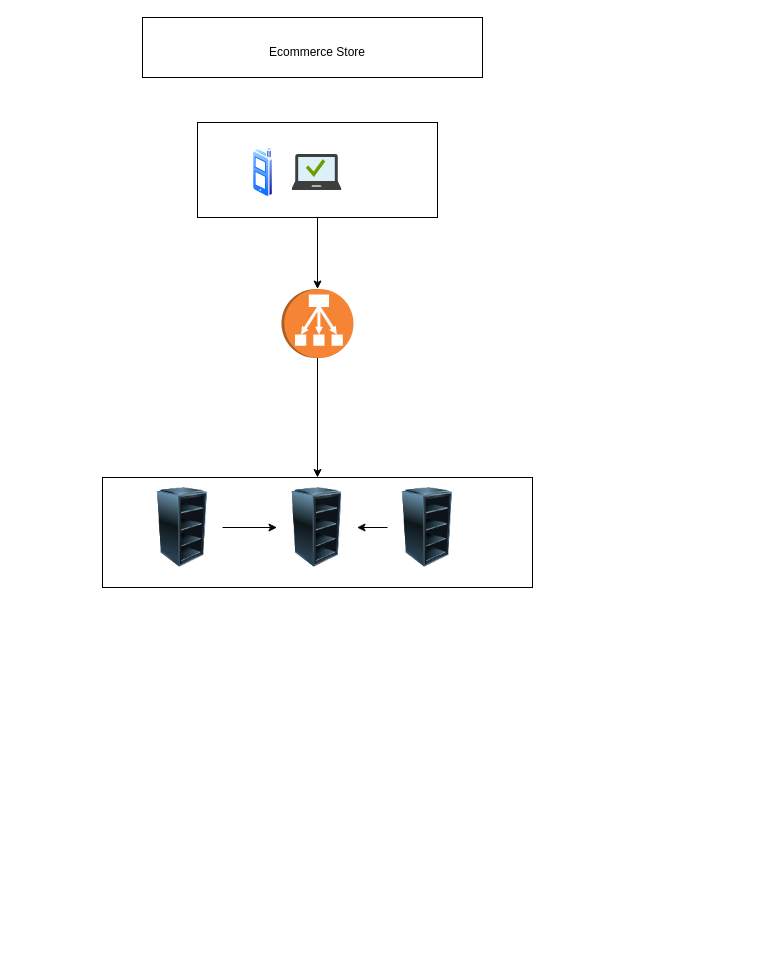
Before: page "Page-2" (2 of 2) of Beginner/Untitled Diagram.drawio in Carrington-dev/system-design, a draw.io diagram. Source tidied: cells renumbered, new cells numbered last; positions are measured from the earlier drawing's top-left corner, leaving out a move shared by most shapes. Both pictures are drawn from the tidied source at 100%, with x=0, y=0 at pixel (17, 17).
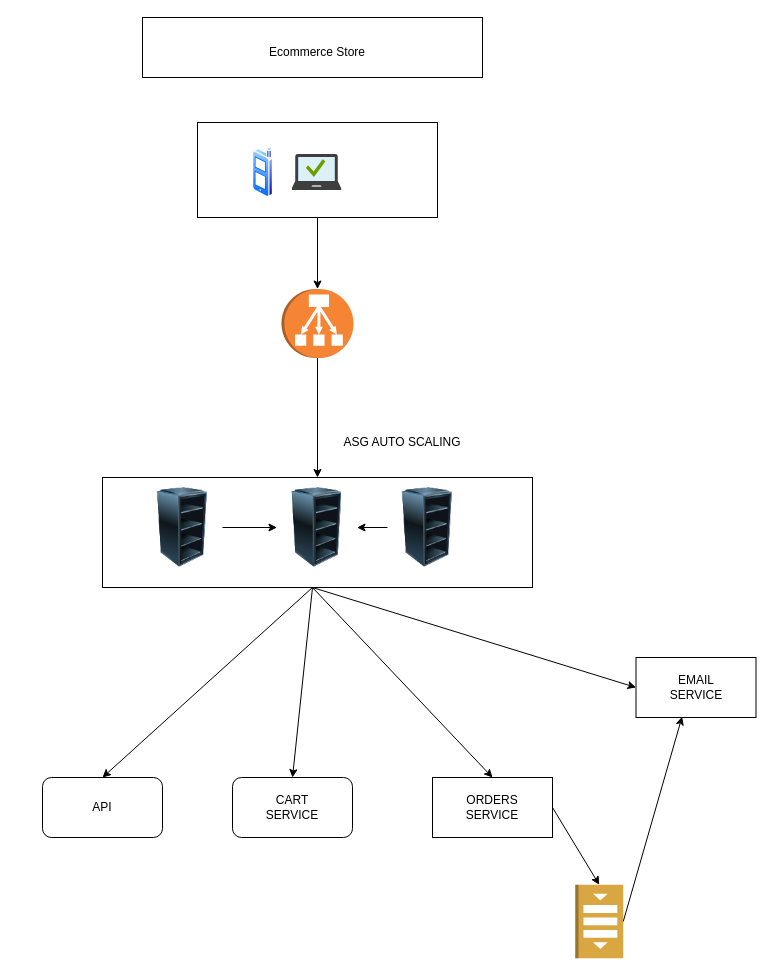
Above is the later version.

Commit message:
Update Store ASG Diagram.drawio

The edit, as a diff of the source:
```diff
@@
+    <mxCell id="16" value="API" style="rounded=1;whiteSpace=wrap;html=1;" parent="1" vertex="1">
+      <mxGeometry x="25" y="760" width="120" height="60" as="geometry" />
+    </mxCell>
+    <mxCell id="17" value="CART&lt;div&gt;SERVICE&lt;/div&gt;" style="rounded=1;whiteSpace=wrap;html=1;" parent="1" vertex="1">
+      <mxGeometry x="215" y="760" width="120" height="60" as="geometry" />
+    </mxCell>
+    <mxCell id="18" style="endArrow=classic;html=1;rounded=0;entryX=0.5;entryY=0;entryDx=0;entryDy=0;" parent="1" edge="1" target="16">
+      <mxGeometry relative="1" as="geometry">
+        <mxPoint x="295" y="570" as="sourcePoint" />
+      </mxGeometry>
+    </mxCell>
+    <mxCell id="19" style="endArrow=classic;html=1;rounded=0;entryX=0.5;entryY=0;entryDx=0;entryDy=0;" parent="1" edge="1" target="17">
+      <mxGeometry relative="1" as="geometry">
+        <mxPoint x="295" y="570" as="sourcePoint" />
+      </mxGeometry>
+    </mxCell>
+    <mxCell id="20" value="ORDERS&lt;div&gt;SERVICE&lt;/div&gt;" style="rounded=0;whiteSpace=wrap;html=1;" parent="1" vertex="1">
+      <mxGeometry x="415" y="760" width="120" height="60" as="geometry" />
+    </mxCell>
+    <mxCell id="21" style="endArrow=classic;html=1;rounded=0;entryX=0.5;entryY=0;entryDx=0;entryDy=0;" parent="1" edge="1" target="20">
+      <mxGeometry relative="1" as="geometry">
+        <mxPoint x="295" y="570" as="sourcePoint" />
+      </mxGeometry>
+    </mxCell>
+    <mxCell id="22" style="endArrow=classic;html=1;rounded=0;entryX=0;entryY=0.5;entryDx=0;entryDy=0;entryPerimeter=0;" parent="1" edge="1" target="23">
+      <mxGeometry relative="1" as="geometry">
+        <mxPoint x="535" y="790" as="sourcePoint" />
+      </mxGeometry>
+    </mxCell>
+    <mxCell id="23" style="outlineConnect=0;dashed=0;verticalLabelPosition=bottom;verticalAlign=top;align=center;html=1;shape=mxgraph.aws3.queue;fillColor=#D9A741;gradientColor=none;rotation=90;" parent="1" vertex="1">
+      <mxGeometry x="545" y="880" width="73.5" height="48" as="geometry" />
+    </mxCell>
+    <mxCell id="24" value="EMAIL&lt;div&gt;SERVICE&lt;/div&gt;" style="rounded=0;whiteSpace=wrap;html=1;" parent="1" vertex="1">
+      <mxGeometry x="618.5" y="640" width="120" height="60" as="geometry" />
+    </mxCell>
+    <mxCell id="25" style="endArrow=classic;html=1;rounded=0;exitX=0.5;exitY=0;exitDx=0;exitDy=0;exitPerimeter=0;entryX=0.384;entryY=0.987;entryDx=0;entryDy=0;entryPerimeter=0;" parent="1" edge="1" source="23" target="24">
+      <mxGeometry relative="1" as="geometry" />
+    </mxCell>
+    <mxCell id="26" style="endArrow=classic;html=1;rounded=0;entryX=0;entryY=0.5;entryDx=0;entryDy=0;" parent="1" edge="1" target="24">
+      <mxGeometry relative="1" as="geometry">
+        <mxPoint x="295" y="570" as="sourcePoint" />
+      </mxGeometry>
+    </mxCell>
+    <mxCell id="27" value="ASG AUTO SCALING" style="text;html=1;align=center;verticalAlign=middle;whiteSpace=wrap;rounded=0;" parent="1" vertex="1">
+      <mxGeometry x="274.5" y="410" width="220" height="30" as="geometry" />
+    </mxCell>
```
